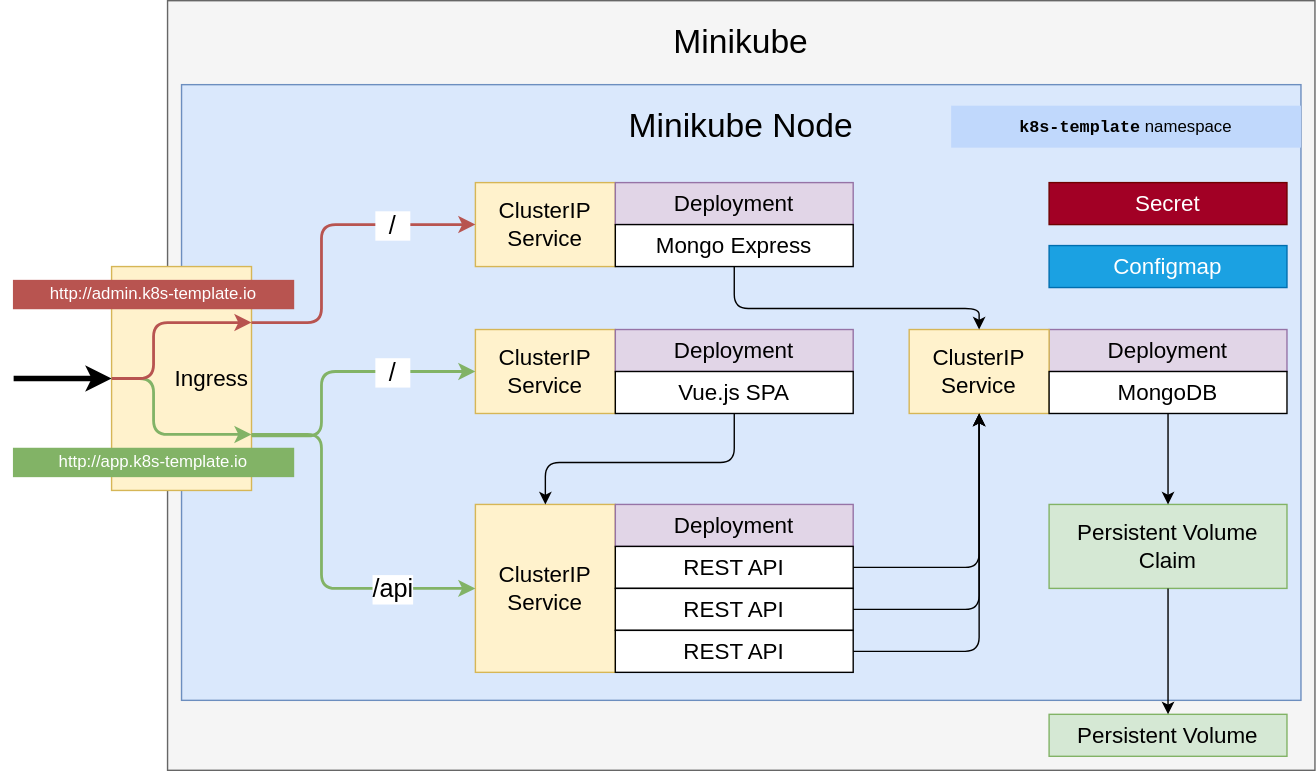
Above: docs/node.svg in paolodenti/k8s-template (draw.io), before the change. Source tidied: cells renumbered, new cells last; positions are measured from the earlier drawing's top-left corner, leaving out a move shared by most shapes.
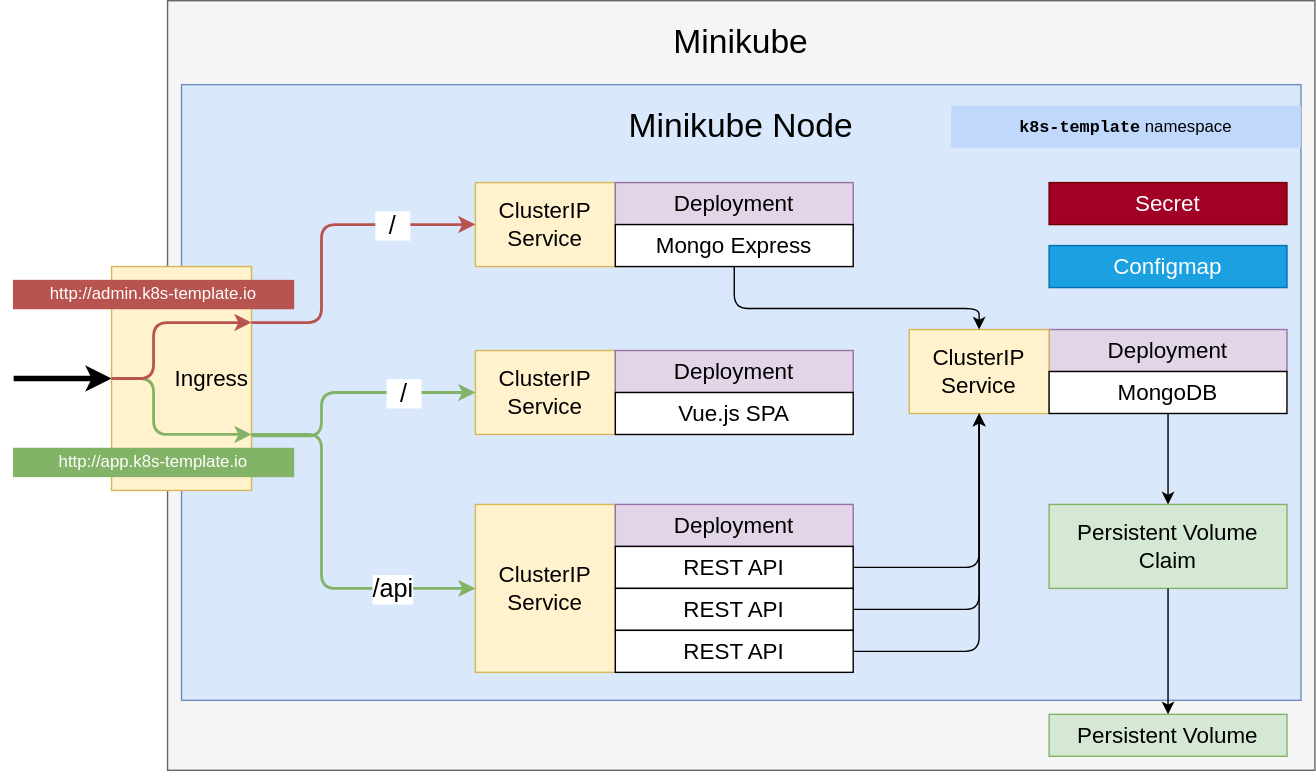
After the commit.

What changed in the source:
```diff
@@ -100,20 +100,20 @@
       </mxGeometry>
     </mxCell>
     <mxCell id="27" value="&lt;font style=&quot;font-size: 16px&quot;&gt;ClusterIP Service&lt;/font&gt;" style="rounded=0;whiteSpace=wrap;html=1;fillColor=#fff2cc;strokeColor=#d6b656;" parent="1" vertex="1">
-      <mxGeometry x="330" y="235" width="100" height="60" as="geometry" />
+      <mxGeometry x="330" y="250" width="100" height="60" as="geometry" />
     </mxCell>
     <mxCell id="28" value="&lt;font style=&quot;font-size: 16px&quot;&gt;Deployment&lt;/font&gt;" style="rounded=0;whiteSpace=wrap;html=1;fillColor=#e1d5e7;strokeColor=#9673a6;" parent="1" vertex="1">
-      <mxGeometry x="430" y="235" width="170" height="30" as="geometry" />
+      <mxGeometry x="430" y="250" width="170" height="30" as="geometry" />
     </mxCell>
     <mxCell id="29" value="&lt;font style=&quot;font-size: 16px&quot;&gt;Vue.js SPA&lt;/font&gt;" style="rounded=0;whiteSpace=wrap;html=1;" parent="1" vertex="1">
-      <mxGeometry x="430" y="265" width="170" height="30" as="geometry" />
+      <mxGeometry x="430" y="280" width="170" height="30" as="geometry" />
     </mxCell>
     <mxCell id="30" style="endArrow=classic;html=1;entryX=0;entryY=0.5;entryDx=0;entryDy=0;fillColor=#d5e8d4;strokeColor=#82b366;strokeWidth=2;" parent="1" edge="1" target="27">
       <mxGeometry relative="1" as="geometry">
         <mxPoint x="170" y="311" as="sourcePoint" />
         <Array as="points">
           <mxPoint x="220" y="311" />
-          <mxPoint x="220" y="265" />
+          <mxPoint x="220" y="280" />
         </Array>
       </mxGeometry>
     </mxCell>
@@ -135,14 +135,6 @@
         <mxPoint x="50" y="25" as="offset" />
       </mxGeometry>
     </mxCell>
-    <mxCell id="34" style="endArrow=classic;html=1;entryX=0.5;entryY=0;entryDx=0;entryDy=0;exitX=0.5;exitY=1;exitDx=0;exitDy=0;" parent="1" edge="1" source="29" target="19">
-      <mxGeometry relative="1" as="geometry">
-        <Array as="points">
-          <mxPoint x="515" y="330" />
-          <mxPoint x="380" y="330" />
-        </Array>
-      </mxGeometry>
-    </mxCell>
     <mxCell id="35" style="endArrow=classic;html=1;entryX=0;entryY=0.5;entryDx=0;entryDy=0;strokeWidth=4;" parent="1" edge="1" target="15">
       <mxGeometry relative="1" as="geometry">
         <mxPoint y="270" as="sourcePoint" />
```
